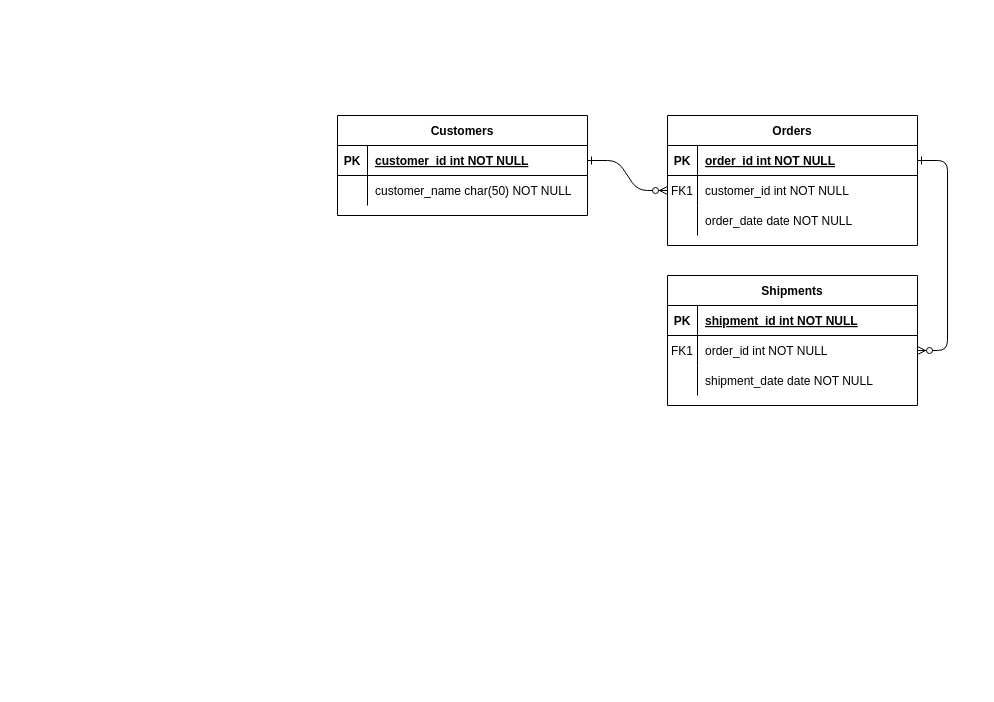
Before: sql/Unbenanntes Diagramm.drawio in Akicuo/Projektarbeit-SQL, a draw.io diagram. Source tidied: cells renumbered, new cells numbered last; positions are measured from the earlier drawing's top-left corner, leaving out a move shared by most shapes. Both pictures are drawn from the tidied source at 100%, with x=0, y=0 at pixel (337, 115).
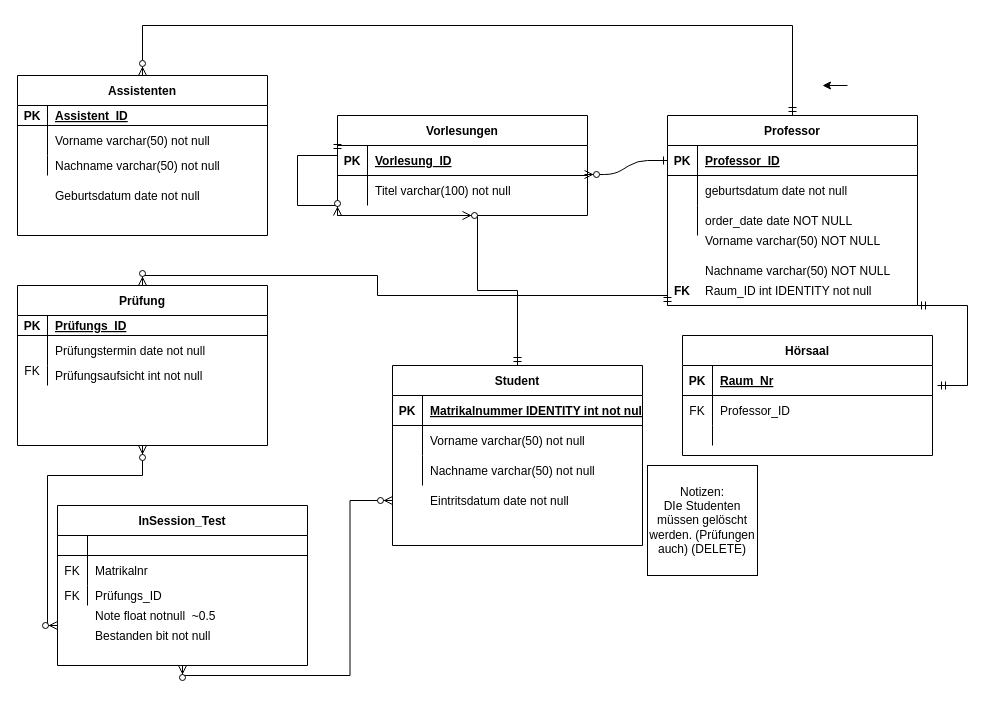
The same page after the edit.

Unchanged cells that the change refers to:
```xml
<mxCell id="5" style="shape=partialRectangle;fillColor=none;points=[[0,0.5],[1,0.5]];portConstraint=eastwest;top=0;left=0;right=0;bottom=1;" parent="4" vertex="1">
  <mxGeometry y="30" width="250" height="30" as="geometry" />
</mxCell>
<mxCell id="8" style="shape=partialRectangle;fillColor=none;points=[[0,0.5],[1,0.5]];portConstraint=eastwest;top=0;left=0;right=0;bottom=0;" parent="4" vertex="1">
  <mxGeometry y="60" width="250" height="30" as="geometry" />
</mxCell>
<mxCell id="15" style="shape=partialRectangle;fillColor=none;top=0;left=0;right=0;bottom=1;" parent="14" vertex="1">
  <mxGeometry y="30" width="250" height="30" as="geometry" />
</mxCell>
<mxCell id="18" style="shape=partialRectangle;fillColor=none;points=[[0,0.5],[1,0.5]];portConstraint=eastwest;top=0;left=0;right=0;bottom=0;" parent="14" vertex="1">
  <mxGeometry y="60" width="250" height="30" as="geometry" />
</mxCell>
<mxCell id="25" style="shape=partialRectangle;fillColor=none;points=[[0,0.5],[1,0.5]];portConstraint=eastwest;top=0;left=0;right=0;bottom=1;" parent="24" vertex="1">
  <mxGeometry y="30" width="250" height="30" as="geometry" />
</mxCell>
<mxCell id="28" style="shape=partialRectangle;fillColor=none;points=[[0,0.5],[1,0.5]];portConstraint=eastwest;top=0;left=0;right=0;bottom=0;" parent="24" vertex="1">
  <mxGeometry y="60" width="250" height="30" as="geometry" />
</mxCell>
```

Diff of the diagram source:
```diff
@@
-    <mxCell id="2" style="edgeStyle=entityRelationEdgeStyle;endArrow=ERzeroToMany;startArrow=ERone;endFill=1;startFill=0;" parent="1" edge="1" source="25" target="8">
-      <mxGeometry relative="1" as="geometry" />
-    </mxCell>
-    <mxCell id="3" style="edgeStyle=entityRelationEdgeStyle;endArrow=ERzeroToMany;startArrow=ERone;endFill=1;startFill=0;" parent="1" edge="1" source="5" target="18">
-      <mxGeometry relative="1" as="geometry" />
-    </mxCell>
-    <mxCell id="4" value="Orders" style="shape=table;startSize=30;childLayout=tableLayout;rowLines=0;fontStyle=1;align=center;" parent="1" vertex="1">
-      <mxGeometry x="330" width="250" height="130" as="geometry" />
+    <mxCell id="4" value="Professor" style="shape=table;startSize=30;childLayout=tableLayout;rowLines=0;fontStyle=1;align=center;" parent="1" vertex="1">
+      <mxGeometry x="330" width="250" height="190" as="geometry" />
     </mxCell>
@@
-    <mxCell id="7" value="order_id int NOT NULL " style="shape=partialRectangle;overflow=hidden;fillColor=none;top=0;left=0;bottom=0;right=0;align=left;spacingLeft=6;fontStyle=5;" parent="5" vertex="1">
+    <mxCell id="7" value="Professor_ID" style="shape=partialRectangle;overflow=hidden;fillColor=none;top=0;left=0;bottom=0;right=0;align=left;spacingLeft=6;fontStyle=5;" parent="5" vertex="1">
       <mxGeometry x="30" width="220" height="30" as="geometry" />
     </mxCell>
@@
-    <mxCell id="9" value="FK1" style="shape=partialRectangle;overflow=hidden;fillColor=none;top=0;left=0;bottom=0;right=0;" parent="8" vertex="1">
+    <mxCell id="9" style="shape=partialRectangle;overflow=hidden;fillColor=none;top=0;left=0;bottom=0;right=0;" parent="8" vertex="1">
       <mxGeometry width="30" height="30" as="geometry" />
     </mxCell>
-    <mxCell id="10" value="customer_id int NOT NULL" style="shape=partialRectangle;overflow=hidden;fillColor=none;top=0;left=0;bottom=0;right=0;align=left;spacingLeft=6;" parent="8" vertex="1">
+    <mxCell id="10" value="geburtsdatum date not null" style="shape=partialRectangle;overflow=hidden;fillColor=none;top=0;left=0;bottom=0;right=0;align=left;spacingLeft=6;" parent="8" vertex="1">
       <mxGeometry x="30" width="220" height="30" as="geometry" />
     </mxCell>
@@
-    <mxCell id="14" value="Shipments" style="shape=table;startSize=30;childLayout=tableLayout;rowLines=0;fontStyle=1;align=center;" parent="1" vertex="1">
-      <mxGeometry x="330" y="160" width="250" height="130" as="geometry" />
+    <mxCell id="14" value="Hörsaal" style="shape=table;startSize=30;childLayout=tableLayout;rowLines=0;fontStyle=1;align=center;" parent="1" vertex="1">
+      <mxGeometry x="345" y="220" width="250" height="120" as="geometry" />
     </mxCell>
@@
-    <mxCell id="17" value="shipment_id int NOT NULL " style="shape=partialRectangle;overflow=hidden;fillColor=none;top=0;left=0;bottom=0;right=0;align=left;spacingLeft=6;fontStyle=5;" parent="15" vertex="1">
+    <mxCell id="17" value="Raum_Nr" style="shape=partialRectangle;overflow=hidden;fillColor=none;top=0;left=0;bottom=0;right=0;align=left;spacingLeft=6;fontStyle=5;" parent="15" vertex="1">
       <mxGeometry x="30" width="220" height="30" as="geometry" />
     </mxCell>
@@
-    <mxCell id="19" value="FK1" style="shape=partialRectangle;overflow=hidden;fillColor=none;top=0;left=0;bottom=0;right=0;" parent="18" vertex="1">
+    <mxCell id="19" value="FK" style="shape=partialRectangle;overflow=hidden;fillColor=none;top=0;left=0;bottom=0;right=0;" parent="18" vertex="1">
       <mxGeometry width="30" height="30" as="geometry" />
     </mxCell>
-    <mxCell id="20" value="order_id int NOT NULL" style="shape=partialRectangle;overflow=hidden;fillColor=none;top=0;left=0;bottom=0;right=0;align=left;spacingLeft=6;" parent="18" vertex="1">
+    <mxCell id="20" value="Professor_ID" style="shape=partialRectangle;overflow=hidden;fillColor=none;top=0;left=0;bottom=0;right=0;align=left;spacingLeft=6;" parent="18" vertex="1">
       <mxGeometry x="30" width="220" height="30" as="geometry" />
     </mxCell>
     <mxCell id="21" style="shape=partialRectangle;fillColor=none;top=0;left=0;right=0;bottom=0;" parent="14" vertex="1">
-      <mxGeometry y="90" width="250" height="30" as="geometry" />
+      <mxGeometry y="90" width="250" height="20" as="geometry" />
     </mxCell>
     <mxCell id="22" style="shape=partialRectangle;overflow=hidden;fillColor=none;top=0;left=0;bottom=0;right=0;" parent="21" vertex="1">
-      <mxGeometry width="30" height="30" as="geometry" />
+      <mxGeometry width="30" height="20" as="geometry" />
     </mxCell>
-    <mxCell id="23" value="shipment_date date NOT NULL" style="shape=partialRectangle;overflow=hidden;fillColor=none;top=0;left=0;bottom=0;right=0;align=left;spacingLeft=6;" parent="21" vertex="1">
-      <mxGeometry x="30" width="220" height="30" as="geometry" />
+    <mxCell id="23" style="shape=partialRectangle;overflow=hidden;fillColor=none;top=0;left=0;bottom=0;right=0;align=left;spacingLeft=6;" parent="21" vertex="1">
+      <mxGeometry x="30" width="220" height="20" as="geometry" />
     </mxCell>
-    <mxCell id="24" value="Customers" style="shape=table;startSize=30;childLayout=tableLayout;rowLines=0;fontStyle=1;align=center;" parent="1" vertex="1">
+    <mxCell id="24" value="Vorlesungen" style="shape=table;startSize=30;childLayout=tableLayout;rowLines=0;fontStyle=1;align=center;" parent="1" vertex="1">
       <mxGeometry width="250" height="100" as="geometry" />
     </mxCell>
@@
-    <mxCell id="27" value="customer_id int NOT NULL " style="shape=partialRectangle;overflow=hidden;fillColor=none;top=0;left=0;bottom=0;right=0;align=left;spacingLeft=6;fontStyle=5;" parent="25" vertex="1">
+    <mxCell id="27" value="Vorlesung_ID" style="shape=partialRectangle;overflow=hidden;fillColor=none;top=0;left=0;bottom=0;right=0;align=left;spacingLeft=6;fontStyle=5;" parent="25" vertex="1">
       <mxGeometry x="30" width="220" height="30" as="geometry" />
     </mxCell>
@@
-    <mxCell id="30" value="customer_name char(50) NOT NULL" style="shape=partialRectangle;overflow=hidden;fillColor=none;top=0;left=0;bottom=0;right=0;align=left;spacingLeft=6;" parent="28" vertex="1">
+    <mxCell id="30" value="Titel varchar(100) not null" style="shape=partialRectangle;overflow=hidden;fillColor=none;top=0;left=0;bottom=0;right=0;align=left;spacingLeft=6;" parent="28" vertex="1">
       <mxGeometry x="30" width="220" height="30" as="geometry" />
     </mxCell>
+    <mxCell id="2" style="edgeStyle=entityRelationEdgeStyle;endArrow=ERzeroToMany;startArrow=ERone;endFill=1;startFill=0;exitX=0;exitY=0.5;exitDx=0;exitDy=0;entryX=0.988;entryY=-0.033;entryDx=0;entryDy=0;entryPerimeter=0;" parent="1" edge="1" source="5" target="28">
+      <mxGeometry relative="1" as="geometry" />
+    </mxCell>
+    <mxCell id="31" style="edgeStyle=orthogonalEdgeStyle;rounded=0;orthogonalLoop=1;jettySize=auto;html=1;exitX=1;exitY=1;exitDx=0;exitDy=0;" parent="1" edge="1">
+      <mxGeometry relative="1" as="geometry">
+        <mxPoint x="510" y="-30" as="sourcePoint" />
+        <mxPoint x="485" y="-30" as="targetPoint" />
+      </mxGeometry>
+    </mxCell>
+    <mxCell id="32" style="edgeStyle=entityRelationEdgeStyle;fontSize=12;html=1;endArrow=ERmandOne;startArrow=ERmandOne;rounded=0;entryX=1;entryY=1;entryDx=0;entryDy=0;" parent="1" edge="1" target="4">
+      <mxGeometry relative="1" as="geometry">
+        <mxPoint x="600" y="270" as="sourcePoint" />
+      </mxGeometry>
+    </mxCell>
+    <mxCell id="33" value="Assistenten" style="shape=table;startSize=30;childLayout=tableLayout;rowLines=0;fontStyle=1;align=center;" parent="1" vertex="1">
+      <mxGeometry x="-320" y="-40" width="250" height="160" as="geometry" />
+    </mxCell>
+    <mxCell id="34" style="shape=partialRectangle;fillColor=none;top=0;left=0;right=0;bottom=1;" parent="33" vertex="1">
+      <mxGeometry y="30" width="250" height="20" as="geometry" />
+    </mxCell>
+    <mxCell id="35" value="PK" style="shape=partialRectangle;overflow=hidden;fillColor=none;top=0;left=0;bottom=0;right=0;fontStyle=1;" parent="34" vertex="1">
+      <mxGeometry width="30" height="20" as="geometry" />
+    </mxCell>
+    <mxCell id="36" value="Assistent_ID" style="shape=partialRectangle;overflow=hidden;fillColor=none;top=0;left=0;bottom=0;right=0;align=left;spacingLeft=6;fontStyle=5;" parent="34" vertex="1">
+      <mxGeometry x="30" width="220" height="20" as="geometry" />
+    </mxCell>
+    <mxCell id="37" style="shape=partialRectangle;fillColor=none;top=0;left=0;right=0;bottom=0;" parent="33" vertex="1">
+      <mxGeometry y="50" width="250" height="30" as="geometry" />
+    </mxCell>
+    <mxCell id="38" style="shape=partialRectangle;overflow=hidden;fillColor=none;top=0;left=0;bottom=0;right=0;" parent="37" vertex="1">
+      <mxGeometry width="30" height="30" as="geometry" />
+    </mxCell>
+    <mxCell id="39" value="Vorname varchar(50) not null" style="shape=partialRectangle;overflow=hidden;fillColor=none;top=0;left=0;bottom=0;right=0;align=left;spacingLeft=6;" parent="37" vertex="1">
+      <mxGeometry x="30" width="220" height="30" as="geometry" />
+    </mxCell>
+    <mxCell id="40" style="shape=partialRectangle;fillColor=none;top=0;left=0;right=0;bottom=0;" parent="33" vertex="1">
+      <mxGeometry y="80" width="250" height="20" as="geometry" />
+    </mxCell>
+    <mxCell id="41" style="shape=partialRectangle;overflow=hidden;fillColor=none;top=0;left=0;bottom=0;right=0;" parent="40" vertex="1">
+      <mxGeometry width="30" height="20" as="geometry" />
+    </mxCell>
+    <mxCell id="42" value="Nachname varchar(50) not null" style="shape=partialRectangle;overflow=hidden;fillColor=none;top=0;left=0;bottom=0;right=0;align=left;spacingLeft=6;" parent="40" vertex="1">
+      <mxGeometry x="30" width="220" height="20" as="geometry" />
+    </mxCell>
+    <mxCell id="43" style="edgeStyle=orthogonalEdgeStyle;fontSize=12;html=1;endArrow=ERzeroToMany;startArrow=ERmandOne;rounded=0;exitX=0.5;exitY=0;exitDx=0;exitDy=0;entryX=0.5;entryY=0;entryDx=0;entryDy=0;" parent="1" edge="1" source="4" target="33">
+      <mxGeometry relative="1" as="geometry">
+        <Array as="points">
+          <mxPoint x="455" y="-90" />
+          <mxPoint x="-195" y="-90" />
+        </Array>
+      </mxGeometry>
+    </mxCell>
+    <mxCell id="44" style="group;" parent="1" vertex="1">
+      <mxGeometry x="55" y="250" width="250" height="180" as="geometry" />
+    </mxCell>
+    <mxCell id="45" value="Student" style="shape=table;startSize=30;childLayout=tableLayout;rowLines=0;fontStyle=1;align=center;" parent="44" vertex="1">
+      <mxGeometry width="250" height="180" as="geometry" />
+    </mxCell>
+    <mxCell id="46" style="shape=partialRectangle;fillColor=none;top=0;left=0;right=0;bottom=1;" parent="45" vertex="1">
+      <mxGeometry y="30" width="250" height="30" as="geometry" />
+    </mxCell>
+    <mxCell id="47" value="PK" style="shape=partialRectangle;overflow=hidden;fillColor=none;top=0;left=0;bottom=0;right=0;fontStyle=1;" parent="46" vertex="1">
+      <mxGeometry width="30" height="30" as="geometry" />
+    </mxCell>
+    <mxCell id="48" value="Matrikalnummer IDENTITY int not null" style="shape=partialRectangle;overflow=hidden;fillColor=none;top=0;left=0;bottom=0;right=0;align=left;spacingLeft=6;fontStyle=5;" parent="46" vertex="1">
+      <mxGeometry x="30" width="220" height="30" as="geometry" />
+    </mxCell>
+    <mxCell id="49" style="shape=partialRectangle;fillColor=none;top=0;left=0;right=0;bottom=0;" parent="45" vertex="1">
+      <mxGeometry y="60" width="250" height="30" as="geometry" />
+    </mxCell>
+    <mxCell id="50" style="shape=partialRectangle;overflow=hidden;fillColor=none;top=0;left=0;bottom=0;right=0;" parent="49" vertex="1">
+      <mxGeometry width="30" height="30" as="geometry" />
+    </mxCell>
+    <mxCell id="51" value="Vorname varchar(50) not null" style="shape=partialRectangle;overflow=hidden;fillColor=none;top=0;left=0;bottom=0;right=0;align=left;spacingLeft=6;" parent="49" vertex="1">
+      <mxGeometry x="30" width="220" height="30" as="geometry" />
+    </mxCell>
+    <mxCell id="52" style="shape=partialRectangle;fillColor=none;top=0;left=0;right=0;bottom=0;" parent="45" vertex="1">
+      <mxGeometry y="90" width="250" height="30" as="geometry" />
+    </mxCell>
+    <mxCell id="53" style="shape=partialRectangle;overflow=hidden;fillColor=none;top=0;left=0;bottom=0;right=0;" parent="52" vertex="1">
+      <mxGeometry width="30" height="30" as="geometry" />
+    </mxCell>
+    <mxCell id="54" value="Nachname varchar(50) not null" style="shape=partialRectangle;overflow=hidden;fillColor=none;top=0;left=0;bottom=0;right=0;align=left;spacingLeft=6;" parent="52" vertex="1">
+      <mxGeometry x="30" width="220" height="30" as="geometry" />
+    </mxCell>
+    <mxCell id="55" value="Eintritsdatum date not null" style="shape=partialRectangle;overflow=hidden;fillColor=none;top=0;left=0;bottom=0;right=0;align=left;spacingLeft=6;" parent="44" vertex="1">
+      <mxGeometry x="30" y="120" width="220" height="30" as="geometry" />
+    </mxCell>
+    <mxCell id="56" value="Geburtsdatum date not null" style="shape=partialRectangle;overflow=hidden;fillColor=none;top=0;left=0;bottom=0;right=0;align=left;spacingLeft=6;" parent="1" vertex="1">
+      <mxGeometry x="-290" y="70" width="220" height="20" as="geometry" />
+    </mxCell>
+    <mxCell id="57" value="Prüfung" style="shape=table;startSize=30;childLayout=tableLayout;rowLines=0;fontStyle=1;align=center;" parent="1" vertex="1">
+      <mxGeometry x="-320" y="170" width="250" height="160" as="geometry" />
+    </mxCell>
+    <mxCell id="58" style="shape=partialRectangle;fillColor=none;top=0;left=0;right=0;bottom=1;" parent="57" vertex="1">
+      <mxGeometry y="30" width="250" height="20" as="geometry" />
+    </mxCell>
+    <mxCell id="59" value="PK" style="shape=partialRectangle;overflow=hidden;fillColor=none;top=0;left=0;bottom=0;right=0;fontStyle=1;" parent="58" vertex="1">
+      <mxGeometry width="30" height="20" as="geometry" />
+    </mxCell>
+    <mxCell id="60" value="Prüfungs_ID" style="shape=partialRectangle;overflow=hidden;fillColor=none;top=0;left=0;bottom=0;right=0;align=left;spacingLeft=6;fontStyle=5;" parent="58" vertex="1">
+      <mxGeometry x="30" width="220" height="20" as="geometry" />
+    </mxCell>
+    <mxCell id="61" style="shape=partialRectangle;fillColor=none;top=0;left=0;right=0;bottom=0;" parent="57" vertex="1">
+      <mxGeometry y="50" width="250" height="30" as="geometry" />
+    </mxCell>
+    <mxCell id="62" style="shape=partialRectangle;overflow=hidden;fillColor=none;top=0;left=0;bottom=0;right=0;" parent="61" vertex="1">
+      <mxGeometry width="30" height="30" as="geometry" />
+    </mxCell>
+    <mxCell id="63" value="Prüfungstermin date not null" style="shape=partialRectangle;overflow=hidden;fillColor=none;top=0;left=0;bottom=0;right=0;align=left;spacingLeft=6;" parent="61" vertex="1">
+      <mxGeometry x="30" width="220" height="30" as="geometry" />
+    </mxCell>
+    <mxCell id="64" style="shape=partialRectangle;fillColor=none;top=0;left=0;right=0;bottom=0;" parent="57" vertex="1">
+      <mxGeometry y="80" width="250" height="20" as="geometry" />
+    </mxCell>
+    <mxCell id="65" style="shape=partialRectangle;overflow=hidden;fillColor=none;top=0;left=0;bottom=0;right=0;" parent="64" vertex="1">
+      <mxGeometry width="30" height="20" as="geometry" />
+    </mxCell>
+    <mxCell id="66" value="Prüfungsaufsicht int not null" style="shape=partialRectangle;overflow=hidden;fillColor=none;top=0;left=0;bottom=0;right=0;align=left;spacingLeft=6;" parent="64" vertex="1">
+      <mxGeometry x="30" width="220" height="20" as="geometry" />
+    </mxCell>
+    <mxCell id="67" value="FK" style="shape=partialRectangle;overflow=hidden;fillColor=none;top=0;left=0;bottom=0;right=0;" parent="1" vertex="1">
+      <mxGeometry x="-320" y="240" width="30" height="30" as="geometry" />
+    </mxCell>
+    <mxCell id="68" style="edgeStyle=orthogonalEdgeStyle;fontSize=12;html=1;endArrow=ERzeroToMany;startArrow=ERmandOne;rounded=0;exitX=0;exitY=0.25;exitDx=0;exitDy=0;entryX=0;entryY=1;entryDx=0;entryDy=0;" parent="1" edge="1" source="24" target="24">
+      <mxGeometry relative="1" as="geometry">
+        <Array as="points">
+          <mxPoint x="-40" y="40" />
+          <mxPoint x="-30" y="90" />
+        </Array>
+      </mxGeometry>
+    </mxCell>
+    <mxCell id="69" style="edgeStyle=orthogonalEdgeStyle;fontSize=12;html=1;endArrow=ERzeroToMany;startArrow=ERmandOne;rounded=0;exitX=0;exitY=1;exitDx=0;exitDy=0;entryX=0.5;entryY=0;entryDx=0;entryDy=0;" parent="1" edge="1" source="4" target="57">
+      <mxGeometry relative="1" as="geometry">
+        <Array as="points">
+          <mxPoint x="330" y="180" />
+          <mxPoint x="40" y="180" />
+          <mxPoint x="40" y="160" />
+          <mxPoint x="-195" y="160" />
+        </Array>
+      </mxGeometry>
+    </mxCell>
+    <mxCell id="70" style="edgeStyle=orthogonalEdgeStyle;fontSize=12;html=1;endArrow=ERzeroToMany;endFill=1;startArrow=ERzeroToMany;rounded=0;entryX=0.5;entryY=1;entryDx=0;entryDy=0;exitX=0;exitY=0.75;exitDx=0;exitDy=0;" parent="1" edge="1" source="72" target="57">
+      <mxGeometry relative="1" as="geometry" />
+    </mxCell>
+    <mxCell id="71" style="edgeStyle=orthogonalEdgeStyle;fontSize=12;html=1;endArrow=ERzeroToMany;endFill=1;startArrow=ERzeroToMany;rounded=0;entryX=0.5;entryY=1;entryDx=0;entryDy=0;exitX=0;exitY=0.75;exitDx=0;exitDy=0;" parent="1" edge="1" source="45" target="72">
+      <mxGeometry relative="1" as="geometry" />
+    </mxCell>
+    <mxCell id="72" value="InSession_Test" style="shape=table;startSize=30;childLayout=tableLayout;rowLines=0;fontStyle=1;align=center;" parent="1" vertex="1">
+      <mxGeometry x="-280" y="390" width="250" height="160" as="geometry" />
+    </mxCell>
+    <mxCell id="73" style="shape=partialRectangle;fillColor=none;top=0;left=0;right=0;bottom=1;" parent="72" vertex="1">
+      <mxGeometry y="30" width="250" height="20" as="geometry" />
+    </mxCell>
+    <mxCell id="74" style="shape=partialRectangle;overflow=hidden;fillColor=none;top=0;left=0;bottom=0;right=0;fontStyle=1;" parent="73" vertex="1">
+      <mxGeometry width="30" height="20" as="geometry" />
+    </mxCell>
+    <mxCell id="75" style="shape=partialRectangle;overflow=hidden;fillColor=none;top=0;left=0;bottom=0;right=0;align=left;spacingLeft=6;fontStyle=5;" parent="73" vertex="1">
+      <mxGeometry x="30" width="220" height="20" as="geometry" />
+    </mxCell>
+    <mxCell id="76" style="shape=partialRectangle;fillColor=none;top=0;left=0;right=0;bottom=0;" parent="72" vertex="1">
+      <mxGeometry y="50" width="250" height="30" as="geometry" />
+    </mxCell>
+    <mxCell id="77" value="FK" style="shape=partialRectangle;overflow=hidden;fillColor=none;top=0;left=0;bottom=0;right=0;" parent="76" vertex="1">
+      <mxGeometry width="30" height="30" as="geometry" />
+    </mxCell>
+    <mxCell id="78" value="Matrikalnr" style="shape=partialRectangle;overflow=hidden;fillColor=none;top=0;left=0;bottom=0;right=0;align=left;spacingLeft=6;" parent="76" vertex="1">
+      <mxGeometry x="30" width="220" height="30" as="geometry" />
+    </mxCell>
+    <mxCell id="79" style="shape=partialRectangle;fillColor=none;top=0;left=0;right=0;bottom=0;" parent="72" vertex="1">
+      <mxGeometry y="80" width="250" height="20" as="geometry" />
+    </mxCell>
+    <mxCell id="80" value="FK" style="shape=partialRectangle;overflow=hidden;fillColor=none;top=0;left=0;bottom=0;right=0;" parent="79" vertex="1">
+      <mxGeometry width="30" height="20" as="geometry" />
+    </mxCell>
+    <mxCell id="81" value="Prüfungs_ID" style="shape=partialRectangle;overflow=hidden;fillColor=none;top=0;left=0;bottom=0;right=0;align=left;spacingLeft=6;" parent="79" vertex="1">
+      <mxGeometry x="30" width="220" height="20" as="geometry" />
+    </mxCell>
+    <mxCell id="82" style="shape=partialRectangle;fillColor=none;top=0;left=0;right=0;bottom=0;" parent="1" vertex="1">
+      <mxGeometry x="-280" y="490" width="250" height="20" as="geometry" />
+    </mxCell>
+    <mxCell id="83" style="shape=partialRectangle;overflow=hidden;fillColor=none;top=0;left=0;bottom=0;right=0;" parent="82" vertex="1">
+      <mxGeometry width="30" height="20" as="geometry" />
+    </mxCell>
+    <mxCell id="84" value="Note float notnull  ~0.5" style="shape=partialRectangle;overflow=hidden;fillColor=none;top=0;left=0;bottom=0;right=0;align=left;spacingLeft=6;" parent="82" vertex="1">
+      <mxGeometry x="30" width="220" height="20" as="geometry" />
+    </mxCell>
+    <mxCell id="85" style="shape=partialRectangle;fillColor=none;top=0;left=0;right=0;bottom=0;" parent="1" vertex="1">
+      <mxGeometry x="-280" y="510" width="250" height="20" as="geometry" />
+    </mxCell>
+    <mxCell id="86" style="shape=partialRectangle;overflow=hidden;fillColor=none;top=0;left=0;bottom=0;right=0;" parent="85" vertex="1">
+      <mxGeometry width="30" height="20" as="geometry" />
+    </mxCell>
+    <mxCell id="87" value="Bestanden bit not null" style="shape=partialRectangle;overflow=hidden;fillColor=none;top=0;left=0;bottom=0;right=0;align=left;spacingLeft=6;" parent="85" vertex="1">
+      <mxGeometry x="30" width="220" height="20" as="geometry" />
+    </mxCell>
+    <mxCell id="88" style="edgeStyle=orthogonalEdgeStyle;fontSize=12;html=1;endArrow=ERzeroToMany;startArrow=ERmandOne;rounded=0;entryX=0.5;entryY=1;entryDx=0;entryDy=0;exitX=0.5;exitY=0;exitDx=0;exitDy=0;" parent="1" edge="1" source="45" target="24">
+      <mxGeometry relative="1" as="geometry">
+        <Array as="points">
+          <mxPoint x="180" y="175" />
+          <mxPoint x="140" y="175" />
+          <mxPoint x="140" y="100" />
+        </Array>
+      </mxGeometry>
+    </mxCell>
+    <mxCell id="89" value="Vorname varchar(50) NOT NULL" style="shape=partialRectangle;overflow=hidden;fillColor=none;top=0;left=0;bottom=0;right=0;align=left;spacingLeft=6;" parent="1" vertex="1">
+      <mxGeometry x="360" y="110" width="220" height="30" as="geometry" />
+    </mxCell>
+    <mxCell id="90" value="Nachname varchar(50) NOT NULL" style="shape=partialRectangle;overflow=hidden;fillColor=none;top=0;left=0;bottom=0;right=0;align=left;spacingLeft=6;" parent="1" vertex="1">
+      <mxGeometry x="360" y="140" width="220" height="30" as="geometry" />
+    </mxCell>
+    <mxCell id="91" value="Notizen:&lt;div&gt;DIe Studenten müssen gelöscht werden. (Prüfungen auch) (DELETE)&lt;/div&gt;" style="whiteSpace=wrap;html=1;" parent="1" vertex="1">
+      <mxGeometry x="310" y="350" width="110" height="110" as="geometry" />
+    </mxCell>
+    <mxCell id="92" value="Raum_ID int IDENTITY not null" style="shape=partialRectangle;overflow=hidden;fillColor=none;top=0;left=0;bottom=0;right=0;align=left;spacingLeft=6;" parent="1" vertex="1">
+      <mxGeometry x="360" y="160" width="220" height="30" as="geometry" />
+    </mxCell>
+    <mxCell id="93" value="FK" style="shape=partialRectangle;overflow=hidden;fillColor=none;top=0;left=0;bottom=0;right=0;fontStyle=1;" parent="1" vertex="1">
+      <mxGeometry x="330" y="160" width="30" height="30" as="geometry" />
+    </mxCell>
```
